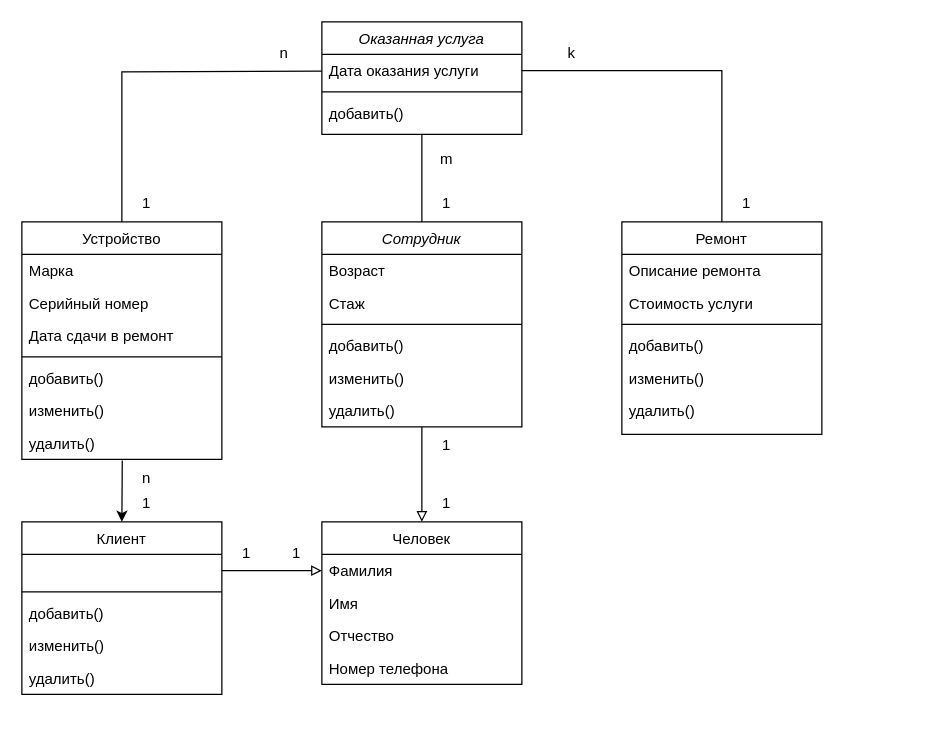
The draw.io diagram lb3.drawio in plkkz/ppo-3k-lb, before the edit. Source tidied: cells renumbered, new cells numbered last; positions are measured from the earlier drawing's top-left corner, leaving out a move shared by most shapes. Both pictures are drawn from the tidied source at 125%, with x=0, y=0 at pixel (21, 21).
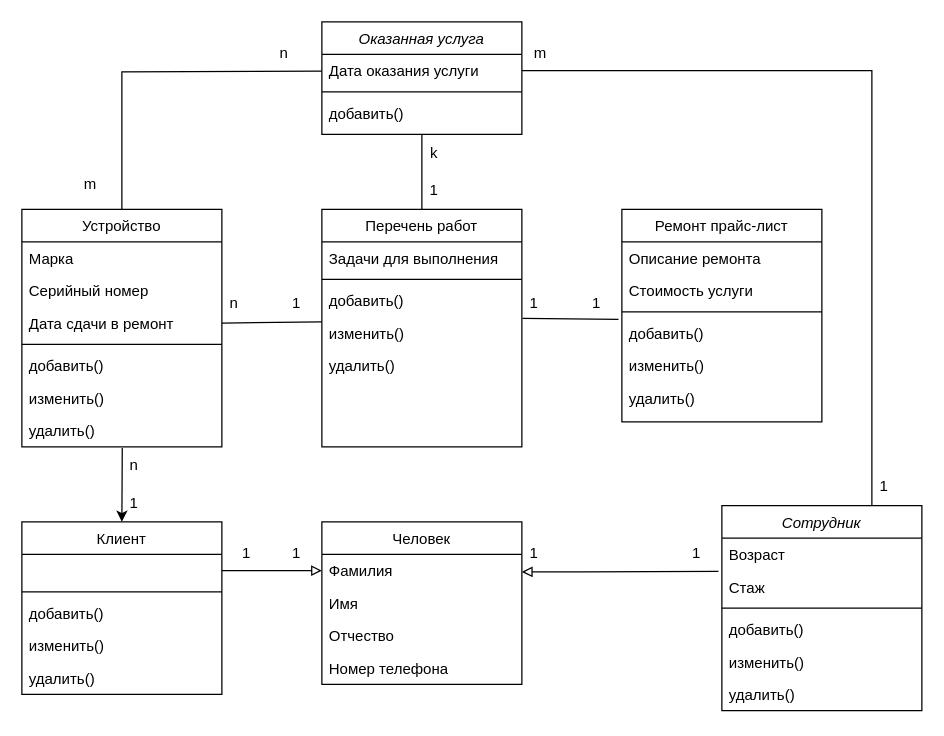
Above is the later version.

Unchanged cells that the change refers to:
```xml
<mxCell id="4" value="Стаж" style="text;align=left;verticalAlign=top;spacingLeft=4;spacingRight=4;overflow=hidden;points=[[0,0.5],[1,0.5]];portConstraint=eastwest;rounded=0;shadow=0;html=0;" parent="2" vertex="1">
  <mxGeometry y="52" width="160" height="26" as="geometry" />
</mxCell>
<mxCell id="23" value="Дата сдачи в ремонт" style="text;align=left;verticalAlign=top;spacingLeft=4;spacingRight=4;overflow=hidden;points=[[0,0.5],[1,0.5]];portConstraint=eastwest;rounded=0;shadow=0;html=0;" parent="20" vertex="1">
  <mxGeometry y="78" width="160" height="26" as="geometry" />
</mxCell>
<mxCell id="32" value="добавить()" style="text;align=left;verticalAlign=top;spacingLeft=4;spacingRight=4;overflow=hidden;points=[[0,0.5],[1,0.5]];portConstraint=eastwest;" parent="28" vertex="1">
  <mxGeometry y="86" width="160" height="26" as="geometry" />
</mxCell>
<mxCell id="35" value="Оказанная услуга" style="swimlane;fontStyle=2;align=center;verticalAlign=top;horizontal=1;startSize=26;rounded=0;shadow=0;strokeWidth=1;" parent="1" vertex="1">
  <mxGeometry x="240" width="160" height="90" as="geometry" />
</mxCell>
<mxCell id="36" value="Дата оказания услуги" style="text;align=left;verticalAlign=top;spacingLeft=4;spacingRight=4;overflow=hidden;points=[[0,0.5],[1,0.5]];portConstraint=eastwest;rounded=0;shadow=0;html=0;" parent="35" vertex="1">
  <mxGeometry y="26" width="160" height="26" as="geometry" />
</mxCell>
```

Diff of the diagram source:
```diff
@@
     <mxCell id="2" value="Сотрудник" style="swimlane;fontStyle=2;align=center;verticalAlign=top;horizontal=1;startSize=26;rounded=0;shadow=0;strokeWidth=1;" parent="1" vertex="1">
-      <mxGeometry x="240" y="160" width="160" height="164" as="geometry" />
+      <mxGeometry x="560" y="387" width="160" height="164" as="geometry" />
     </mxCell>
@@
     <mxCell id="20" value="Устройство" style="swimlane;fontStyle=0;align=center;verticalAlign=top;horizontal=1;startSize=26;rounded=0;shadow=0;strokeWidth=1;" parent="1" vertex="1">
-      <mxGeometry y="160" width="160" height="190" as="geometry" />
+      <mxGeometry y="150" width="160" height="190" as="geometry" />
     </mxCell>
@@
-    <mxCell id="28" value="Ремонт" style="swimlane;fontStyle=0;align=center;verticalAlign=top;horizontal=1;startSize=26;rounded=0;shadow=0;strokeWidth=1;" parent="1" vertex="1">
-      <mxGeometry x="480" y="160" width="160" height="170" as="geometry" />
+    <mxCell id="28" value="Ремонт прайс-лист" style="swimlane;fontStyle=0;align=center;verticalAlign=top;horizontal=1;startSize=26;rounded=0;shadow=0;strokeWidth=1;" parent="1" vertex="1">
+      <mxGeometry x="480" y="150" width="160" height="170" as="geometry" />
     </mxCell>
@@
-    <mxCell id="40" style="endArrow=none;html=1;rounded=0;entryX=0.5;entryY=0;entryDx=0;entryDy=0;exitX=1;exitY=0.5;exitDx=0;exitDy=0;" parent="1" edge="1" source="36" target="28">
-      <mxGeometry relative="1" as="geometry">
-        <Array as="points">
-          <mxPoint x="560" y="39" />
-        </Array>
-      </mxGeometry>
-    </mxCell>
-    <mxCell id="41" style="endArrow=none;html=1;rounded=0;entryX=0.5;entryY=1;entryDx=0;entryDy=0;exitX=0.5;exitY=0;exitDx=0;exitDy=0;" parent="1" edge="1" source="2" target="35">
-      <mxGeometry relative="1" as="geometry">
-        <Array as="points">
-          <mxPoint x="320" y="120" />
-        </Array>
-      </mxGeometry>
-    </mxCell>
@@
     <mxCell id="44" value="k" style="text;html=1;strokeColor=none;fillColor=none;align=center;verticalAlign=middle;whiteSpace=wrap;rounded=0;" parent="1" vertex="1">
-      <mxGeometry x="410" y="10" width="60" height="30" as="geometry" />
+      <mxGeometry x="300" y="90" width="60" height="30" as="geometry" />
     </mxCell>
     <mxCell id="45" value="m" style="text;html=1;strokeColor=none;fillColor=none;align=center;verticalAlign=middle;whiteSpace=wrap;rounded=0;" parent="1" vertex="1">
-      <mxGeometry x="320" y="100" width="40" height="20" as="geometry" />
+      <mxGeometry x="40" y="120" width="30" height="20" as="geometry" />
     </mxCell>
     <mxCell id="46" value="1" style="text;html=1;strokeColor=none;fillColor=none;align=center;verticalAlign=middle;whiteSpace=wrap;rounded=0;" parent="1" vertex="1">
-      <mxGeometry x="320" y="130" width="40" height="30" as="geometry" />
+      <mxGeometry x="440" y="210" width="40" height="30" as="geometry" />
     </mxCell>
     <mxCell id="47" value="1" style="text;html=1;strokeColor=none;fillColor=none;align=center;verticalAlign=middle;whiteSpace=wrap;rounded=0;" parent="1" vertex="1">
-      <mxGeometry x="560" y="130" width="40" height="30" as="geometry" />
+      <mxGeometry x="200" y="210" width="40" height="30" as="geometry" />
     </mxCell>
     <mxCell id="48" value="1" style="text;html=1;strokeColor=none;fillColor=none;align=center;verticalAlign=middle;whiteSpace=wrap;rounded=0;" parent="1" vertex="1">
-      <mxGeometry x="80" y="130" width="40" height="30" as="geometry" />
+      <mxGeometry x="310" y="120" width="40" height="30" as="geometry" />
     </mxCell>
     <mxCell id="49" value="1" style="text;html=1;strokeColor=none;fillColor=none;align=center;verticalAlign=middle;whiteSpace=wrap;rounded=0;" parent="1" vertex="1">
-      <mxGeometry x="320" y="370" width="40" height="30" as="geometry" />
+      <mxGeometry x="390" y="410" width="40" height="30" as="geometry" />
     </mxCell>
     <mxCell id="50" value="1" style="text;html=1;strokeColor=none;fillColor=none;align=center;verticalAlign=middle;whiteSpace=wrap;rounded=0;" parent="1" vertex="1">
-      <mxGeometry x="80" y="370" width="40" height="30" as="geometry" />
+      <mxGeometry x="70" y="370" width="40" height="30" as="geometry" />
     </mxCell>
     <mxCell id="51" value="1" style="text;html=1;strokeColor=none;fillColor=none;align=center;verticalAlign=middle;whiteSpace=wrap;rounded=0;" parent="1" vertex="1">
-      <mxGeometry x="320" y="324" width="40" height="30" as="geometry" />
+      <mxGeometry x="520" y="410" width="40" height="30" as="geometry" />
     </mxCell>
     <mxCell id="52" value="n" style="text;html=1;strokeColor=none;fillColor=none;align=center;verticalAlign=middle;whiteSpace=wrap;rounded=0;" parent="1" vertex="1">
-      <mxGeometry x="80" y="350" width="40" height="30" as="geometry" />
+      <mxGeometry x="70" y="340" width="40" height="30" as="geometry" />
     </mxCell>
@@
-    <mxCell id="55" style="edgeStyle=none;jettySize=auto;html=1;rounded=0;endArrow=block;endFill=0;exitX=0;exitY=0;exitDx=0;exitDy=0;entryX=0;entryY=1;entryDx=0;entryDy=0;" parent="1" edge="1" source="51" target="49">
-      <mxGeometry relative="1" as="geometry" />
+    <mxCell id="55" style="edgeStyle=none;jettySize=auto;html=1;rounded=0;endArrow=block;endFill=0;exitX=-0.017;exitY=0.023;exitDx=0;exitDy=0;entryX=1;entryY=0.5;entryDx=0;entryDy=0;exitPerimeter=0;" parent="1" edge="1" source="4">
+      <mxGeometry relative="1" as="geometry">
+        <mxPoint x="400" y="440" as="targetPoint" />
+        <Array as="points">
+          <mxPoint x="450" y="440" />
+        </Array>
+      </mxGeometry>
     </mxCell>
@@
+    <mxCell id="57" value="Перечень работ" style="swimlane;fontStyle=0;align=center;verticalAlign=top;horizontal=1;startSize=26;rounded=0;shadow=0;strokeWidth=1;" parent="1" vertex="1">
+      <mxGeometry x="240" y="150" width="160" height="190" as="geometry" />
+    </mxCell>
+    <mxCell id="58" value="Задачи для выполнения" style="text;align=left;verticalAlign=top;spacingLeft=4;spacingRight=4;overflow=hidden;rounded=0;shadow=0;html=0;" parent="57" vertex="1">
+      <mxGeometry y="26" width="160" height="26" as="geometry" />
+    </mxCell>
+    <mxCell id="59" style="line;html=1;strokeWidth=1;align=left;verticalAlign=middle;spacingTop=-1;spacingLeft=3;spacingRight=3;labelPosition=right;" parent="57" vertex="1">
+      <mxGeometry y="52" width="160" height="8" as="geometry" />
+    </mxCell>
+    <mxCell id="60" value="добавить()" style="text;align=left;verticalAlign=top;spacingLeft=4;spacingRight=4;overflow=hidden;points=[[0,0.5],[1,0.5]];portConstraint=eastwest;" parent="57" vertex="1">
+      <mxGeometry y="60" width="160" height="26" as="geometry" />
+    </mxCell>
+    <mxCell id="61" value="изменить()" style="text;align=left;verticalAlign=top;spacingLeft=4;spacingRight=4;overflow=hidden;" parent="57" vertex="1">
+      <mxGeometry y="86" width="160" height="26" as="geometry" />
+    </mxCell>
+    <mxCell id="62" value="удалить()" style="text;align=left;verticalAlign=top;spacingLeft=4;spacingRight=4;overflow=hidden;" parent="57" vertex="1">
+      <mxGeometry y="112" width="160" height="26" as="geometry" />
+    </mxCell>
+    <mxCell id="63" style="endArrow=none;html=1;rounded=0;entryX=0.5;entryY=1;entryDx=0;entryDy=0;exitX=0.5;exitY=0;exitDx=0;exitDy=0;" parent="1" edge="1" source="57" target="35">
+      <mxGeometry relative="1" as="geometry" />
+    </mxCell>
+    <mxCell id="64" style="endArrow=none;html=1;rounded=0;exitX=1;exitY=0.5;exitDx=0;exitDy=0;" parent="1" edge="1" source="23">
+      <mxGeometry relative="1" as="geometry">
+        <mxPoint x="240" y="240" as="targetPoint" />
+      </mxGeometry>
+    </mxCell>
+    <mxCell id="65" value="n" style="text;html=1;strokeColor=none;fillColor=none;align=center;verticalAlign=middle;whiteSpace=wrap;rounded=0;" parent="1" vertex="1">
+      <mxGeometry x="140" y="210" width="60" height="30" as="geometry" />
+    </mxCell>
+    <mxCell id="66" style="endArrow=none;html=1;rounded=0;exitX=1.003;exitY=1.046;exitDx=0;exitDy=0;entryX=-0.017;entryY=0.077;entryDx=0;entryDy=0;exitPerimeter=0;entryPerimeter=0;" parent="1" edge="1" source="60" target="32">
+      <mxGeometry relative="1" as="geometry" />
+    </mxCell>
+    <mxCell id="67" value="1" style="text;html=1;strokeColor=none;fillColor=none;align=center;verticalAlign=middle;whiteSpace=wrap;rounded=0;" parent="1" vertex="1">
+      <mxGeometry x="390" y="210" width="40" height="30" as="geometry" />
+    </mxCell>
+    <mxCell id="68" style="endArrow=none;html=1;rounded=0;exitX=1;exitY=0.5;exitDx=0;exitDy=0;entryX=0.75;entryY=0;entryDx=0;entryDy=0;" parent="1" edge="1" source="36" target="2">
+      <mxGeometry relative="1" as="geometry">
+        <Array as="points">
+          <mxPoint x="680" y="39" />
+        </Array>
+      </mxGeometry>
+    </mxCell>
+    <mxCell id="69" value="m" style="text;html=1;strokeColor=none;fillColor=none;align=center;verticalAlign=middle;whiteSpace=wrap;rounded=0;" parent="1" vertex="1">
+      <mxGeometry x="400" y="15" width="30" height="20" as="geometry" />
+    </mxCell>
+    <mxCell id="70" value="1" style="text;html=1;strokeColor=none;fillColor=none;align=center;verticalAlign=middle;whiteSpace=wrap;rounded=0;" parent="1" vertex="1">
+      <mxGeometry x="670" y="357" width="40" height="30" as="geometry" />
+    </mxCell>
```
